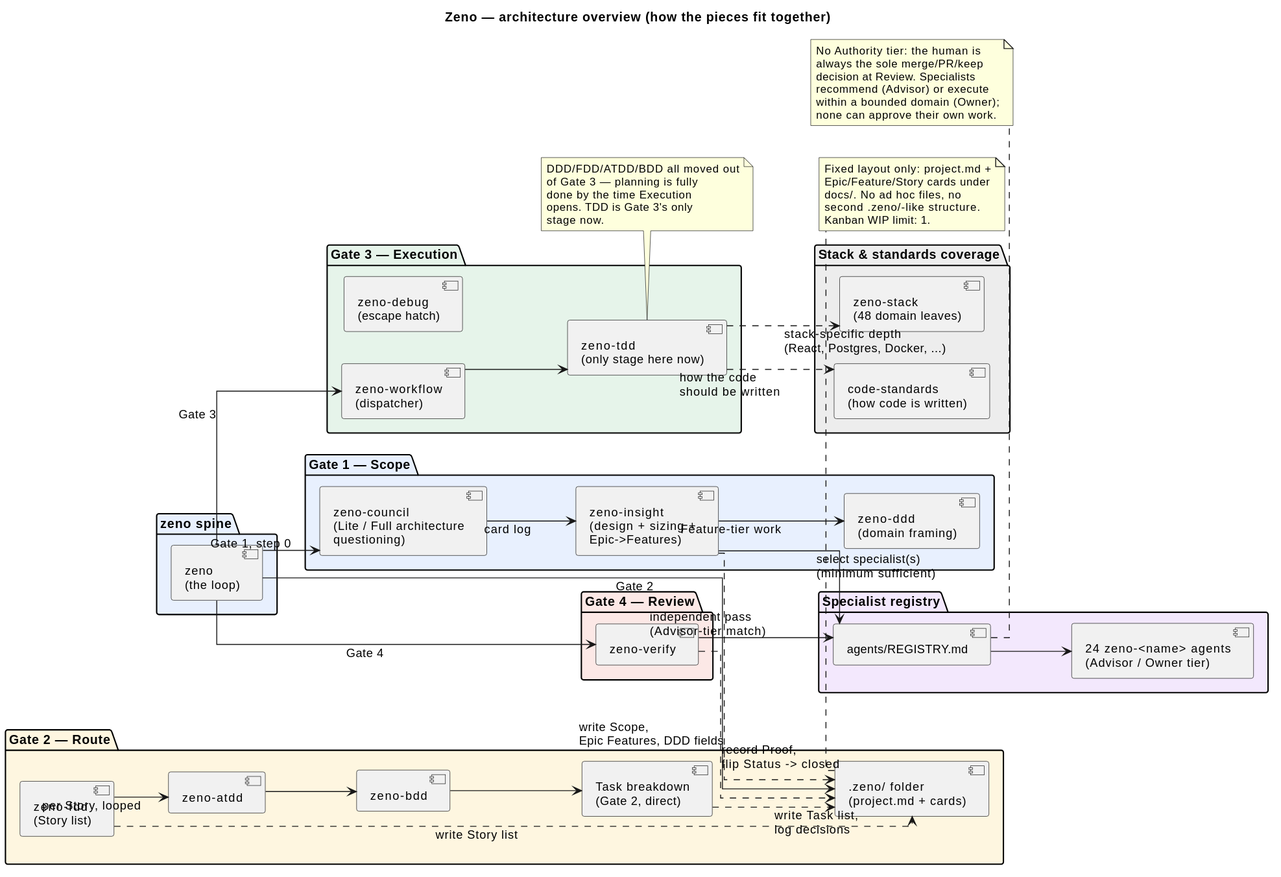
The PlantUML diagram docs/diagrams/zeno-architecture.svg in tiago-oliveira-ca/zenodotus-harness, before a commit.
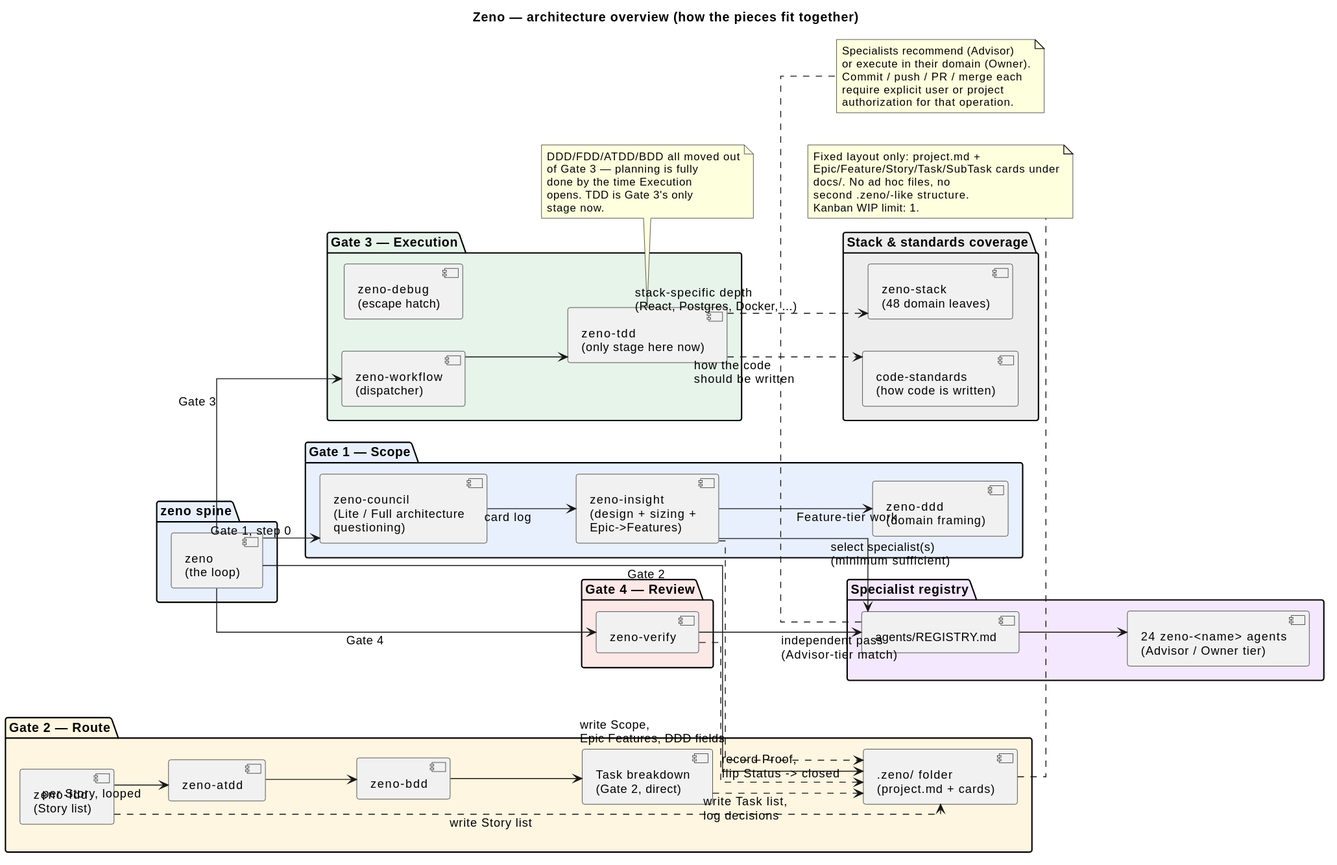
The same diagram one commit later.

What changed in the source:
```diff
@@ -49,7 +49,7 @@
 
 package "Stack & standards coverage" #EDEDED {
   component "code-standards\n(how code is written)" as codestandards
-  component "zeno-stack\n(47 domain leaves)" as stack
+  component "zeno-stack\n(48 domain leaves)" as stack
 }
 
 spine --> council : Gate 1, step 0
@@ -69,17 +69,16 @@
 tdd ..> stack : stack-specific depth\n(React, Postgres, Docker, ...)
 
 note bottom of registry
-  No Authority tier: the human is
-  always the sole merge/PR/keep
-  decision at Review. Specialists
-  recommend (Advisor) or execute
-  within a bounded domain (Owner);
-  none can approve their own work.
+  Specialists recommend (Advisor)
+  or execute in their domain (Owner).
+  Commit / push / PR / merge each
+  require explicit user or project
+  authorization for that operation.
 end note
 
 note bottom of project
   Fixed layout only: project.md +
-  Epic/Feature/Story cards under
+  Epic/Feature/Story/Task/SubTask cards under
   docs/. No ad hoc files, no
   second .zeno/-like structure.
   Kanban WIP limit: 1.
```
